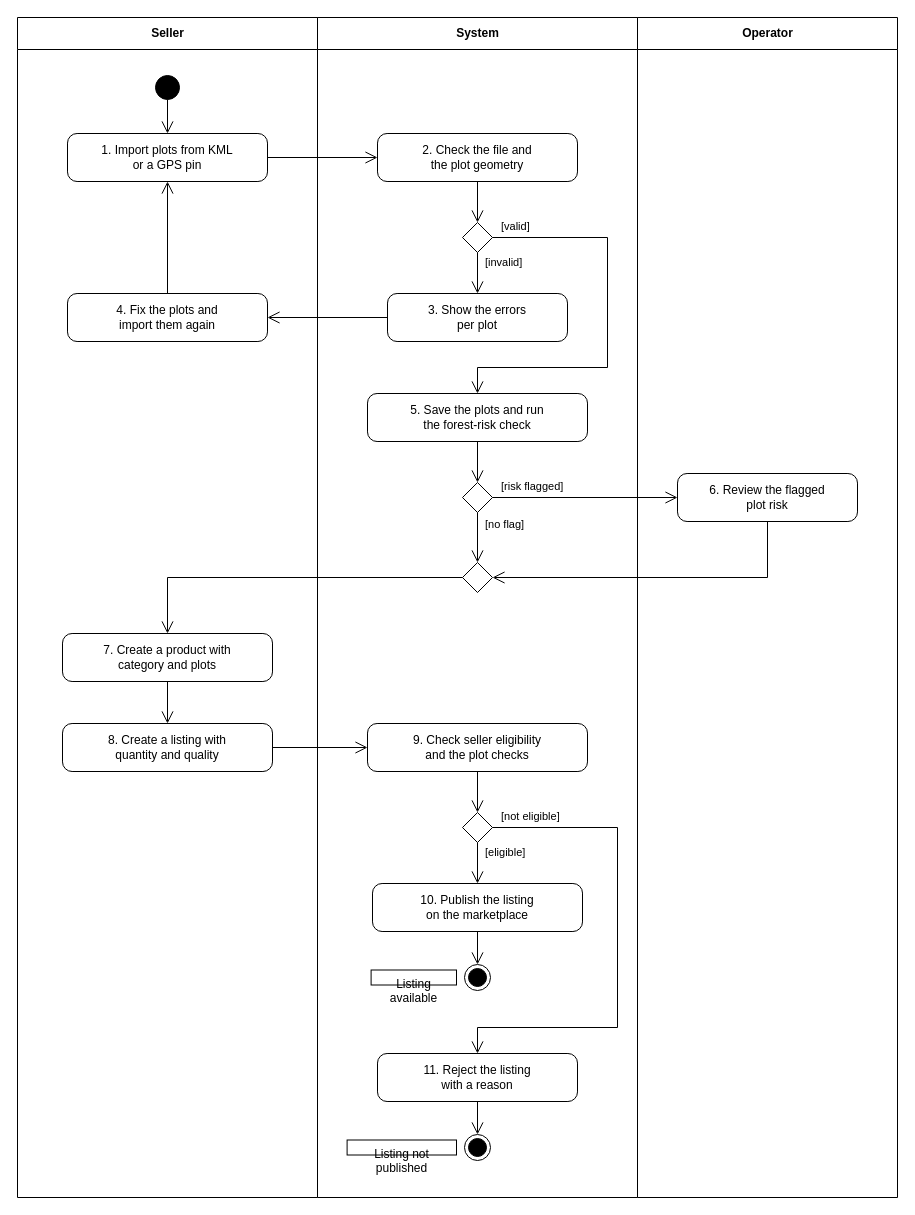
Above: docs/reports/figures/srs/bf02.drawio in RedAvocado22/AgriContract (draw.io), before the change. Source tidied: cells renumbered, new cells numbered last; positions are measured from the earlier drawing's top-left corner, leaving out a move shared by most shapes. Both pictures are drawn from the tidied source at 100%, with x=0, y=0 at pixel (17, 17).
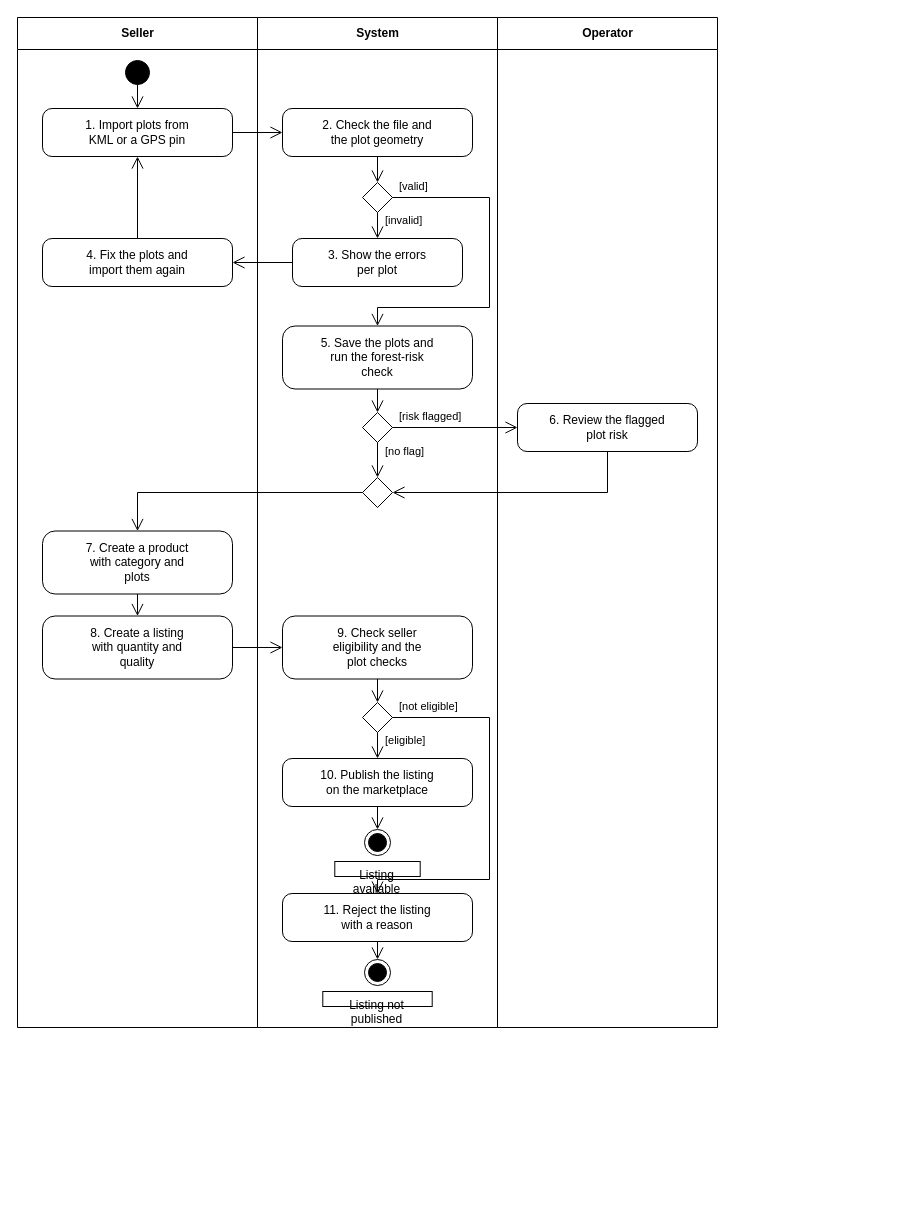
The same diagram, later.

Change to the diagram source:
```diff
@@
     <mxCell id="2" value="Seller" style="swimlane;horizontal=1;startSize=32;fontStyle=1;fontFamily=Arial;fontSize=12;fillColor=none;strokeColor=#000000;swimlaneFillColor=#FFFFFF;html=1;" parent="1" vertex="1">
-      <mxGeometry width="300" height="1180" as="geometry" />
+      <mxGeometry width="240" height="1010" as="geometry" />
     </mxCell>
     <mxCell id="3" value="System" style="swimlane;horizontal=1;startSize=32;fontStyle=1;fontFamily=Arial;fontSize=12;fillColor=none;strokeColor=#000000;swimlaneFillColor=#FFFFFF;html=1;" parent="1" vertex="1">
-      <mxGeometry x="300" width="320" height="1180" as="geometry" />
+      <mxGeometry x="240" width="240" height="1010" as="geometry" />
     </mxCell>
     <mxCell id="4" value="Operator" style="swimlane;horizontal=1;startSize=32;fontStyle=1;fontFamily=Arial;fontSize=12;fillColor=none;strokeColor=#000000;swimlaneFillColor=#FFFFFF;html=1;" parent="1" vertex="1">
-      <mxGeometry x="620" width="260" height="1180" as="geometry" />
+      <mxGeometry x="480" width="220" height="1010" as="geometry" />
     </mxCell>
     <mxCell id="5" style="ellipse;fillColor=#000000;strokeColor=#000000;html=1;" parent="1" vertex="1">
-      <mxGeometry x="138" y="58" width="24" height="24" as="geometry" />
+      <mxGeometry x="108" y="43" width="24" height="24" as="geometry" />
     </mxCell>
-    <mxCell id="6" value="1. Import plots from KML&lt;br&gt;or a GPS pin" style="rounded=1;arcSize=20;fontFamily=Arial;fontSize=12;strokeColor=#000000;fillColor=#FFFFFF;html=1;whiteSpace=wrap;" parent="1" vertex="1">
-      <mxGeometry x="50" y="116" width="200" height="48" as="geometry" />
+    <mxCell id="6" value="1. Import plots from&lt;br&gt;KML or a GPS pin" style="rounded=1;arcSize=20;fontFamily=Arial;fontSize=12;strokeColor=#000000;fillColor=#FFFFFF;html=1;whiteSpace=wrap;" parent="1" vertex="1">
+      <mxGeometry x="25" y="91" width="190" height="48" as="geometry" />
     </mxCell>
     <mxCell id="7" value="2. Check the file and&lt;br&gt;the plot geometry" style="rounded=1;arcSize=20;fontFamily=Arial;fontSize=12;strokeColor=#000000;fillColor=#FFFFFF;html=1;whiteSpace=wrap;" parent="1" vertex="1">
-      <mxGeometry x="360" y="116" width="200" height="48" as="geometry" />
+      <mxGeometry x="265" y="91" width="190" height="48" as="geometry" />
     </mxCell>
     <mxCell id="8" style="rhombus;fontFamily=Arial;fontSize=12;strokeColor=#000000;fillColor=#FFFFFF;html=1;whiteSpace=wrap;" parent="1" vertex="1">
-      <mxGeometry x="445" y="205" width="30" height="30" as="geometry" />
+      <mxGeometry x="345" y="165" width="30" height="30" as="geometry" />
     </mxCell>
     <mxCell id="9" value="3. Show the errors&lt;br&gt;per plot" style="rounded=1;arcSize=20;fontFamily=Arial;fontSize=12;strokeColor=#000000;fillColor=#FFFFFF;html=1;whiteSpace=wrap;" parent="1" vertex="1">
-      <mxGeometry x="370" y="276" width="180" height="48" as="geometry" />
+      <mxGeometry x="275" y="221" width="170" height="48" as="geometry" />
     </mxCell>
     <mxCell id="10" value="4. Fix the plots and&lt;br&gt;import them again" style="rounded=1;arcSize=20;fontFamily=Arial;fontSize=12;strokeColor=#000000;fillColor=#FFFFFF;html=1;whiteSpace=wrap;" parent="1" vertex="1">
-      <mxGeometry x="50" y="276" width="200" height="48" as="geometry" />
+      <mxGeometry x="25" y="221" width="190" height="48" as="geometry" />
     </mxCell>
-    <mxCell id="11" value="5. Save the plots and run&lt;br&gt;the forest-risk check" style="rounded=1;arcSize=20;fontFamily=Arial;fontSize=12;strokeColor=#000000;fillColor=#FFFFFF;html=1;whiteSpace=wrap;" parent="1" vertex="1">
-      <mxGeometry x="350" y="376" width="220" height="48" as="geometry" />
+    <mxCell id="11" value="5. Save the plots and&lt;br&gt;run the forest-risk&lt;br&gt;check" style="rounded=1;arcSize=20;fontFamily=Arial;fontSize=12;strokeColor=#000000;fillColor=#FFFFFF;html=1;whiteSpace=wrap;" parent="1" vertex="1">
+      <mxGeometry x="265" y="308.5" width="190" height="63" as="geometry" />
     </mxCell>
     <mxCell id="12" style="rhombus;fontFamily=Arial;fontSize=12;strokeColor=#000000;fillColor=#FFFFFF;html=1;whiteSpace=wrap;" parent="1" vertex="1">
-      <mxGeometry x="445" y="465" width="30" height="30" as="geometry" />
+      <mxGeometry x="345" y="395" width="30" height="30" as="geometry" />
     </mxCell>
     <mxCell id="13" value="6. Review the flagged&lt;br&gt;plot risk" style="rounded=1;arcSize=20;fontFamily=Arial;fontSize=12;strokeColor=#000000;fillColor=#FFFFFF;html=1;whiteSpace=wrap;" parent="1" vertex="1">
-      <mxGeometry x="660" y="456" width="180" height="48" as="geometry" />
+      <mxGeometry x="500" y="386" width="180" height="48" as="geometry" />
     </mxCell>
     <mxCell id="14" style="rhombus;fontFamily=Arial;fontSize=12;strokeColor=#000000;fillColor=#FFFFFF;html=1;whiteSpace=wrap;" parent="1" vertex="1">
-      <mxGeometry x="445" y="545" width="30" height="30" as="geometry" />
+      <mxGeometry x="345" y="460" width="30" height="30" as="geometry" />
     </mxCell>
-    <mxCell id="15" value="7. Create a product with&lt;br&gt;category and plots" style="rounded=1;arcSize=20;fontFamily=Arial;fontSize=12;strokeColor=#000000;fillColor=#FFFFFF;html=1;whiteSpace=wrap;" parent="1" vertex="1">
-      <mxGeometry x="45" y="616" width="210" height="48" as="geometry" />
+    <mxCell id="15" value="7. Create a product&lt;br&gt;with category and&lt;br&gt;plots" style="rounded=1;arcSize=20;fontFamily=Arial;fontSize=12;strokeColor=#000000;fillColor=#FFFFFF;html=1;whiteSpace=wrap;" parent="1" vertex="1">
+      <mxGeometry x="25" y="513.5" width="190" height="63" as="geometry" />
     </mxCell>
-    <mxCell id="16" value="8. Create a listing with&lt;br&gt;quantity and quality" style="rounded=1;arcSize=20;fontFamily=Arial;fontSize=12;strokeColor=#000000;fillColor=#FFFFFF;html=1;whiteSpace=wrap;" parent="1" vertex="1">
-      <mxGeometry x="45" y="706" width="210" height="48" as="geometry" />
+    <mxCell id="16" value="8. Create a listing&lt;br&gt;with quantity and&lt;br&gt;quality" style="rounded=1;arcSize=20;fontFamily=Arial;fontSize=12;strokeColor=#000000;fillColor=#FFFFFF;html=1;whiteSpace=wrap;" parent="1" vertex="1">
+      <mxGeometry x="25" y="598.5" width="190" height="63" as="geometry" />
     </mxCell>
-    <mxCell id="17" value="9. Check seller eligibility&lt;br&gt;and the plot checks" style="rounded=1;arcSize=20;fontFamily=Arial;fontSize=12;strokeColor=#000000;fillColor=#FFFFFF;html=1;whiteSpace=wrap;" parent="1" vertex="1">
-      <mxGeometry x="350" y="706" width="220" height="48" as="geometry" />
+    <mxCell id="17" value="9. Check seller&lt;br&gt;eligibility and the&lt;br&gt;plot checks" style="rounded=1;arcSize=20;fontFamily=Arial;fontSize=12;strokeColor=#000000;fillColor=#FFFFFF;html=1;whiteSpace=wrap;" parent="1" vertex="1">
+      <mxGeometry x="265" y="598.5" width="190" height="63" as="geometry" />
     </mxCell>
     <mxCell id="18" style="rhombus;fontFamily=Arial;fontSize=12;strokeColor=#000000;fillColor=#FFFFFF;html=1;whiteSpace=wrap;" parent="1" vertex="1">
-      <mxGeometry x="445" y="795" width="30" height="30" as="geometry" />
+      <mxGeometry x="345" y="685" width="30" height="30" as="geometry" />
     </mxCell>
     <mxCell id="19" value="10. Publish the listing&lt;br&gt;on the marketplace" style="rounded=1;arcSize=20;fontFamily=Arial;fontSize=12;strokeColor=#000000;fillColor=#FFFFFF;html=1;whiteSpace=wrap;" parent="1" vertex="1">
-      <mxGeometry x="355" y="866" width="210" height="48" as="geometry" />
+      <mxGeometry x="265" y="741" width="190" height="48" as="geometry" />
     </mxCell>
     <mxCell id="20" style="ellipse;shape=endState;fillColor=#000000;strokeColor=#000000;html=1;" parent="1" vertex="1">
-      <mxGeometry x="447" y="947" width="26" height="26" as="geometry" />
+      <mxGeometry x="347" y="812" width="26" height="26" as="geometry" />
     </mxCell>
     <mxCell id="21" value="Listing available" style="text;strokeColor=none;fillColor=none;align=center;fontFamily=Arial;fontSize=12;strokeColor=#000000;fillColor=#FFFFFF;html=1;whiteSpace=wrap;" parent="1" vertex="1">
-      <mxGeometry x="353.6" y="952.5" width="85.4" height="15" as="geometry" />
+      <mxGeometry x="317.3" y="844" width="85.4" height="15" as="geometry" />
     </mxCell>
     <mxCell id="22" value="11. Reject the listing&lt;br&gt;with a reason" style="rounded=1;arcSize=20;fontFamily=Arial;fontSize=12;strokeColor=#000000;fillColor=#FFFFFF;html=1;whiteSpace=wrap;" parent="1" vertex="1">
-      <mxGeometry x="360" y="1036" width="200" height="48" as="geometry" />
+      <mxGeometry x="265" y="876" width="190" height="48" as="geometry" />
     </mxCell>
     <mxCell id="23" style="ellipse;shape=endState;fillColor=#000000;strokeColor=#000000;html=1;" parent="1" vertex="1">
-      <mxGeometry x="447" y="1117" width="26" height="26" as="geometry" />
+      <mxGeometry x="347" y="942" width="26" height="26" as="geometry" />
     </mxCell>
     <mxCell id="24" value="Listing not published" style="text;strokeColor=none;fillColor=none;align=center;fontFamily=Arial;fontSize=12;strokeColor=#000000;fillColor=#FFFFFF;html=1;whiteSpace=wrap;" parent="1" vertex="1">
-      <mxGeometry x="329.6" y="1122.5" width="109.4" height="15" as="geometry" />
+      <mxGeometry x="305.3" y="974" width="109.4" height="15" as="geometry" />
     </mxCell>
@@
     <mxCell id="29" value="[invalid]" style="text;html=1;fontFamily=Arial;fontSize=11;align=left;verticalAlign=middle;labelBackgroundColor=#FFFFFF;" parent="1" vertex="1">
-      <mxGeometry x="466" y="238" width="41.3" height="13.8" as="geometry" />
+      <mxGeometry x="366" y="196" width="41.3" height="13.8" as="geometry" />
     </mxCell>
@@
     <mxCell id="32" style="edgeStyle=none;rounded=0;html=1;endArrow=open;endSize=10;strokeColor=#000000;fontFamily=Arial;fontSize=11;exitX=1.0;exitY=0.5;exitDx=0;exitDy=0;entryX=0.5;entryY=0.0;entryDx=0;entryDy=0;" parent="1" edge="1" source="8" target="11">
       <mxGeometry relative="1" as="geometry">
         <Array as="points">
-          <mxPoint x="590" y="220" />
-          <mxPoint x="590" y="350" />
-          <mxPoint x="460" y="350" />
+          <mxPoint x="472" y="180" />
+          <mxPoint x="472" y="290" />
+          <mxPoint x="360" y="290" />
         </Array>
       </mxGeometry>
     </mxCell>
     <mxCell id="33" value="[valid]" style="text;html=1;fontFamily=Arial;fontSize=11;align=left;verticalAlign=middle;labelBackgroundColor=#FFFFFF;" parent="1" vertex="1">
-      <mxGeometry x="482" y="202" width="32.7" height="13.8" as="geometry" />
+      <mxGeometry x="380" y="162" width="32.7" height="13.8" as="geometry" />
     </mxCell>
@@
     <mxCell id="36" value="[risk flagged]" style="text;html=1;fontFamily=Arial;fontSize=11;align=left;verticalAlign=middle;labelBackgroundColor=#FFFFFF;" parent="1" vertex="1">
-      <mxGeometry x="482" y="462" width="66.4" height="13.8" as="geometry" />
+      <mxGeometry x="380" y="392" width="66.4" height="13.8" as="geometry" />
     </mxCell>
@@
     <mxCell id="38" value="[no flag]" style="text;html=1;fontFamily=Arial;fontSize=11;align=left;verticalAlign=middle;labelBackgroundColor=#FFFFFF;" parent="1" vertex="1">
-      <mxGeometry x="466" y="500" width="43.1" height="13.8" as="geometry" />
+      <mxGeometry x="366" y="427" width="43.1" height="13.8" as="geometry" />
     </mxCell>
     <mxCell id="39" style="edgeStyle=none;rounded=0;html=1;endArrow=open;endSize=10;strokeColor=#000000;fontFamily=Arial;fontSize=11;exitX=0.5;exitY=1.0;exitDx=0;exitDy=0;entryX=1.0;entryY=0.5;entryDx=0;entryDy=0;" parent="1" edge="1" source="13" target="14">
       <mxGeometry relative="1" as="geometry">
         <Array as="points">
-          <mxPoint x="750" y="560" />
+          <mxPoint x="590" y="475" />
         </Array>
       </mxGeometry>
     </mxCell>
     <mxCell id="40" style="edgeStyle=none;rounded=0;html=1;endArrow=open;endSize=10;strokeColor=#000000;fontFamily=Arial;fontSize=11;exitX=0.0;exitY=0.5;exitDx=0;exitDy=0;entryX=0.5;entryY=0.0;entryDx=0;entryDy=0;" parent="1" edge="1" source="14" target="15">
       <mxGeometry relative="1" as="geometry">
         <Array as="points">
-          <mxPoint x="150" y="560" />
+          <mxPoint x="120" y="475" />
         </Array>
       </mxGeometry>
     </mxCell>
@@
     <mxCell id="45" value="[eligible]" style="text;html=1;fontFamily=Arial;fontSize=11;align=left;verticalAlign=middle;labelBackgroundColor=#FFFFFF;" parent="1" vertex="1">
-      <mxGeometry x="466" y="828" width="44.4" height="13.8" as="geometry" />
+      <mxGeometry x="366" y="716" width="44.4" height="13.8" as="geometry" />
     </mxCell>
@@
     <mxCell id="47" style="edgeStyle=none;rounded=0;html=1;endArrow=open;endSize=10;strokeColor=#000000;fontFamily=Arial;fontSize=11;exitX=1.0;exitY=0.5;exitDx=0;exitDy=0;entryX=0.5;entryY=0.0;entryDx=0;entryDy=0;" parent="1" edge="1" source="18" target="22">
       <mxGeometry relative="1" as="geometry">
         <Array as="points">
-          <mxPoint x="600" y="810" />
-          <mxPoint x="600" y="1010" />
-          <mxPoint x="460" y="1010" />
+          <mxPoint x="472" y="700" />
+          <mxPoint x="472" y="862" />
+          <mxPoint x="360" y="862" />
         </Array>
       </mxGeometry>
     </mxCell>
     <mxCell id="48" value="[not eligible]" style="text;html=1;fontFamily=Arial;fontSize=11;align=left;verticalAlign=middle;labelBackgroundColor=#FFFFFF;" parent="1" vertex="1">
-      <mxGeometry x="482" y="792" width="62.7" height="13.8" as="geometry" />
+      <mxGeometry x="380" y="682" width="62.7" height="13.8" as="geometry" />
     </mxCell>
```
